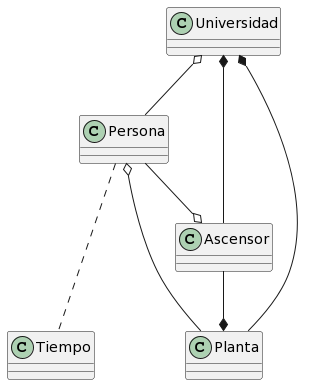
mmasias/IdSw2-22-23 keeps this PlantUML diagram as entregas/Grupo4/ModeloDelDominio/images/modeloDelDominio.png. Above is the earlier version.
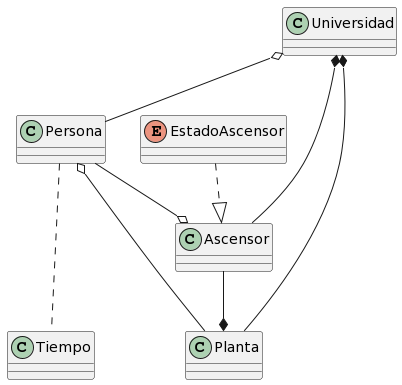
After the commit.

Commit message:
correct code and diagrams

What changed in the source:
```diff
@@ -4,6 +4,7 @@
 class Planta
 class Ascensor
 class Universidad
+enum EstadoAscensor
 
 Planta -u-o Persona
 Ascensor o-u- Persona
@@ -14,4 +15,6 @@
 Persona -u-o Universidad
 
 Persona ... Tiempo
+
+EstadoAscensor ..|> Ascensor
 @enduml
```
